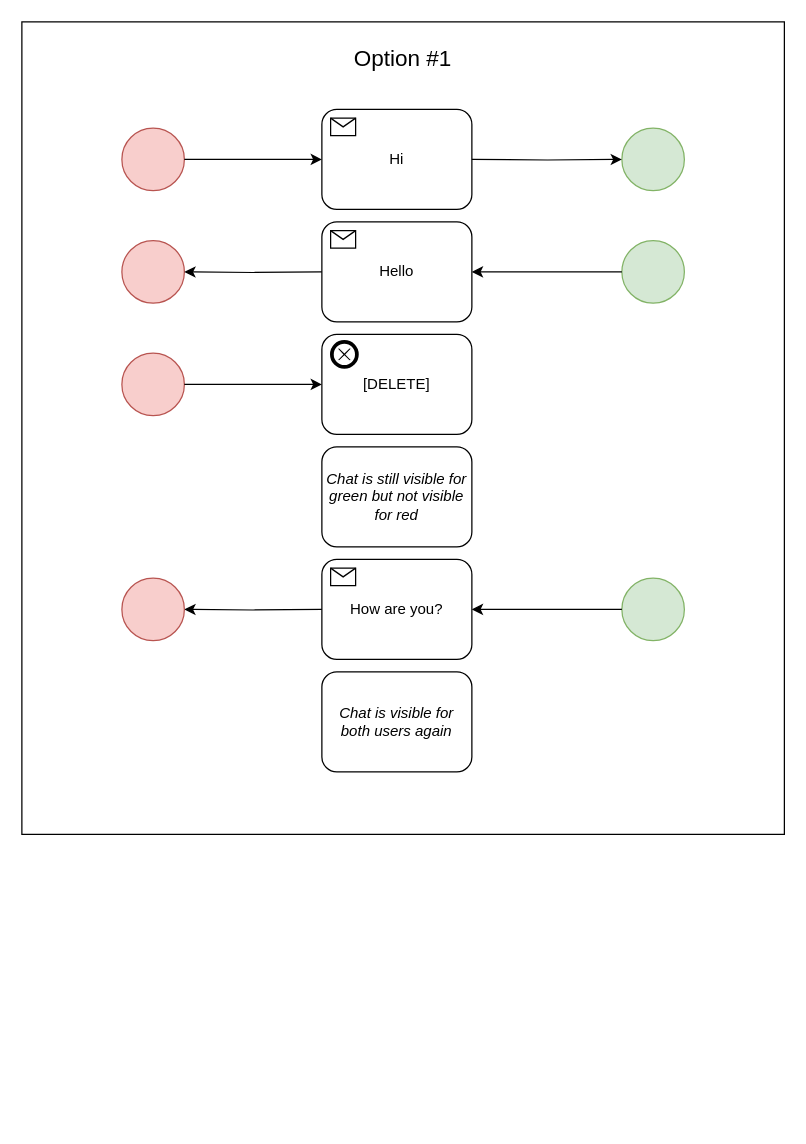
Brudus/Diagrams keeps this draw.io diagram as page "Option#1" (1 of 3) of delete.drawio. Above is the earlier version. Source tidied: cells renumbered, new cells numbered last; positions are measured from the earlier drawing's top-left corner, leaving out a move shared by most shapes. Both pictures are drawn from the tidied source at 125%, with x=0, y=0 at pixel (21, 21).
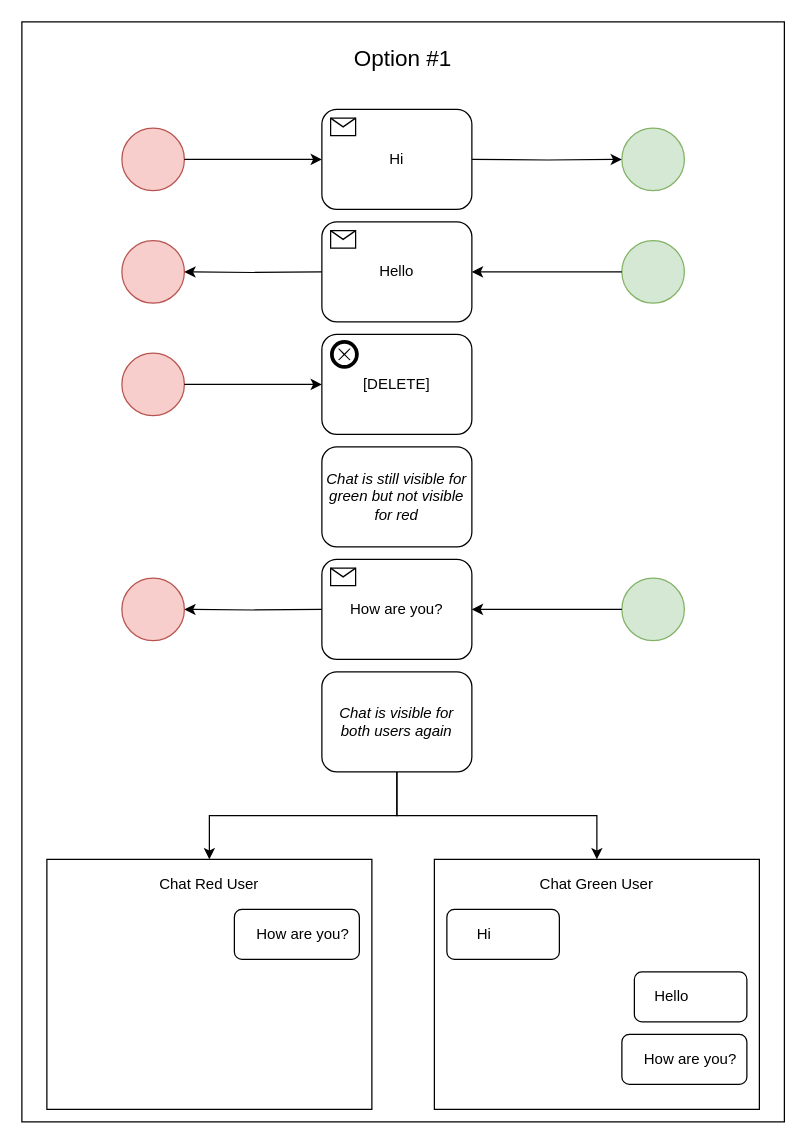
The same diagram, later.

The change refers to these unchanged cells:
```xml
<mxCell id="26" value="&lt;i&gt;Chat is visible for both users again&lt;/i&gt;" style="html=1;whiteSpace=wrap;rounded=1;" parent="1" vertex="1">
  <mxGeometry x="240" y="520" width="120" height="80" as="geometry" />
</mxCell>
```

Diff of the diagram source:
```diff
@@
     <mxCell id="2" style="rounded=0;whiteSpace=wrap;html=1;" parent="1" vertex="1">
-      <mxGeometry width="610" height="650" as="geometry" />
+      <mxGeometry width="610" height="880" as="geometry" />
     </mxCell>
@@
+    <mxCell id="28" style="edgeStyle=orthogonalEdgeStyle;rounded=0;jettySize=auto;html=1;entryX=0.5;entryY=0;entryDx=0;entryDy=0;" parent="1" edge="1" source="26" target="29">
+      <mxGeometry relative="1" as="geometry" />
+    </mxCell>
@@
+    <mxCell id="29" style="rounded=0;whiteSpace=wrap;html=1;" parent="1" vertex="1">
+      <mxGeometry x="330" y="670" width="260" height="200" as="geometry" />
+    </mxCell>
+    <mxCell id="30" value="Chat Green User" style="text;html=1;strokeColor=none;fillColor=none;align=center;verticalAlign=middle;whiteSpace=wrap;rounded=0;" parent="1" vertex="1">
+      <mxGeometry x="340" y="680" width="240" height="20" as="geometry" />
+    </mxCell>
+    <mxCell id="31" style="rounded=1;whiteSpace=wrap;html=1;" parent="1" vertex="1">
+      <mxGeometry x="340" y="710" width="90" height="40" as="geometry" />
+    </mxCell>
+    <mxCell id="32" value="Hi" style="text;html=1;strokeColor=none;fillColor=none;align=center;verticalAlign=middle;whiteSpace=wrap;rounded=0;" parent="1" vertex="1">
+      <mxGeometry x="350" y="720" width="40" height="20" as="geometry" />
+    </mxCell>
+    <mxCell id="33" style="rounded=1;whiteSpace=wrap;html=1;" parent="1" vertex="1">
+      <mxGeometry x="490" y="760" width="90" height="40" as="geometry" />
+    </mxCell>
+    <mxCell id="34" value="Hello" style="text;html=1;strokeColor=none;fillColor=none;align=center;verticalAlign=middle;whiteSpace=wrap;rounded=0;" parent="1" vertex="1">
+      <mxGeometry x="500" y="770" width="40" height="20" as="geometry" />
+    </mxCell>
+    <mxCell id="35" style="rounded=1;whiteSpace=wrap;html=1;" parent="1" vertex="1">
+      <mxGeometry x="480" y="810" width="100" height="40" as="geometry" />
+    </mxCell>
+    <mxCell id="36" value="How are you?" style="text;html=1;strokeColor=none;fillColor=none;align=center;verticalAlign=middle;whiteSpace=wrap;rounded=0;" parent="1" vertex="1">
+      <mxGeometry x="490" y="820" width="90" height="20" as="geometry" />
+    </mxCell>
+    <mxCell id="37" style="rounded=0;whiteSpace=wrap;html=1;" parent="1" vertex="1">
+      <mxGeometry x="20" y="670" width="260" height="200" as="geometry" />
+    </mxCell>
+    <mxCell id="38" value="Chat Red User" style="text;html=1;strokeColor=none;fillColor=none;align=center;verticalAlign=middle;whiteSpace=wrap;rounded=0;" parent="1" vertex="1">
+      <mxGeometry x="30" y="680" width="240" height="20" as="geometry" />
+    </mxCell>
+    <mxCell id="39" style="rounded=1;whiteSpace=wrap;html=1;" parent="1" vertex="1">
+      <mxGeometry x="170" y="710" width="100" height="40" as="geometry" />
+    </mxCell>
+    <mxCell id="40" value="How are you?" style="text;html=1;strokeColor=none;fillColor=none;align=center;verticalAlign=middle;whiteSpace=wrap;rounded=0;" parent="1" vertex="1">
+      <mxGeometry x="180" y="720" width="90" height="20" as="geometry" />
+    </mxCell>
+    <mxCell id="41" style="edgeStyle=orthogonalEdgeStyle;rounded=0;jettySize=auto;html=1;entryX=0.5;entryY=0;entryDx=0;entryDy=0;exitX=0.5;exitY=1;exitDx=0;exitDy=0;" parent="1" edge="1" source="26" target="37">
+      <mxGeometry relative="1" as="geometry" />
+    </mxCell>
```
